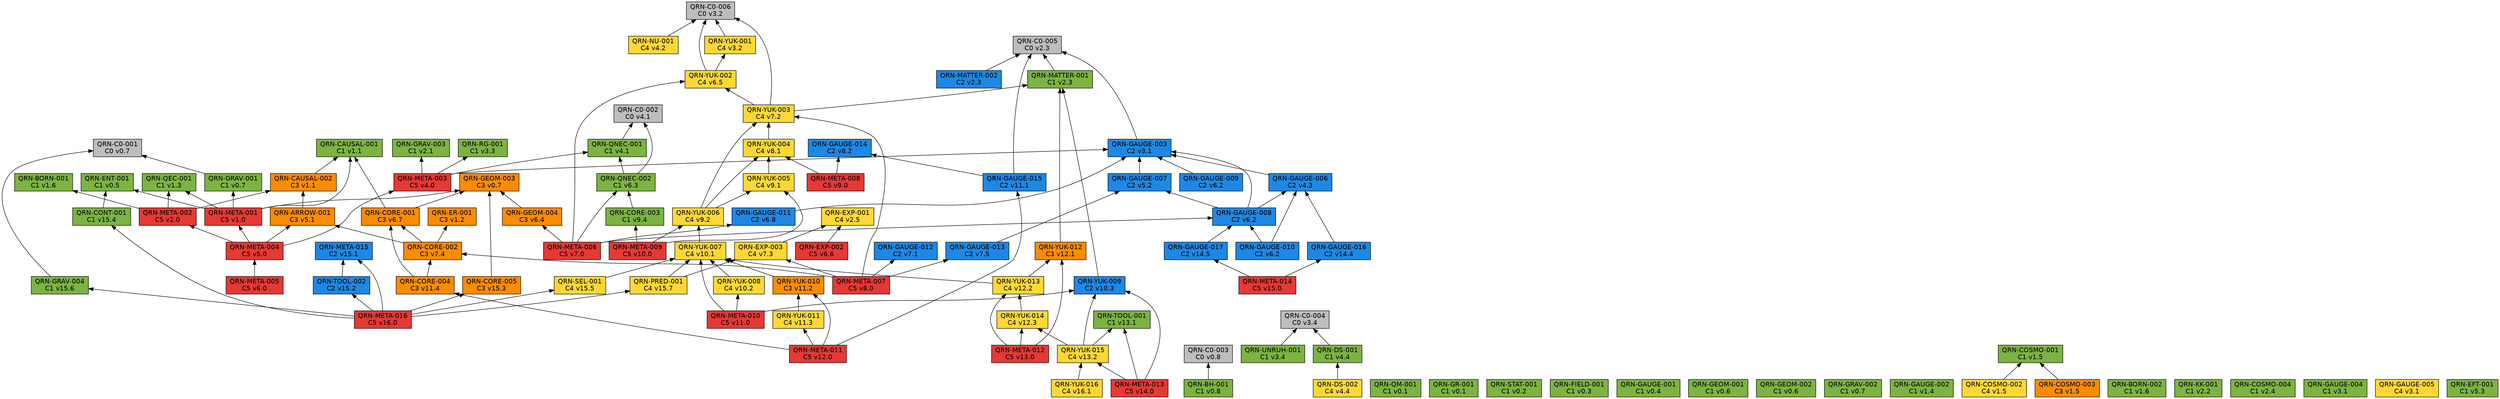
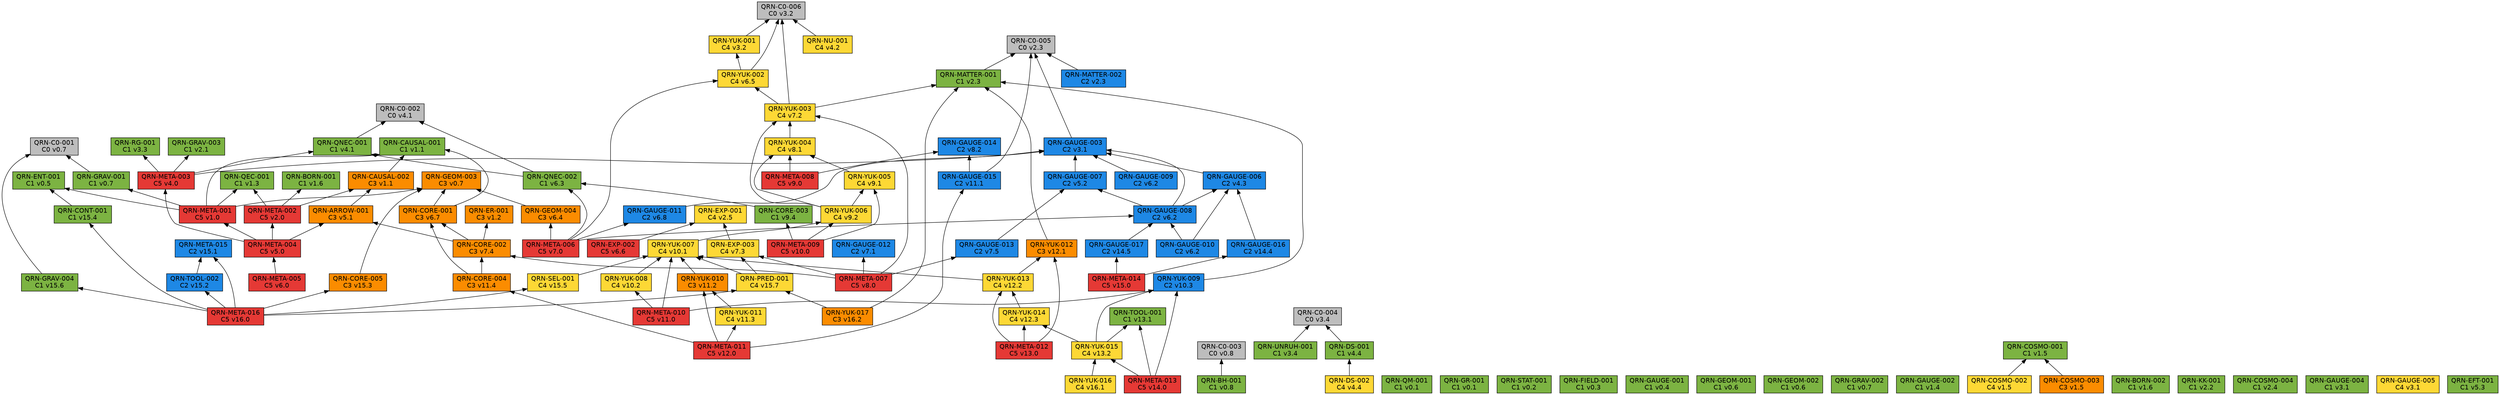
// 自動生成 (dag/report.pl) — QRN 主張依存グラフ
digraph qrn {
  rankdir=BT;
  node [shape=box, style=filled, fontname="Helvetica"];
  "QRN-C0-001" [fillcolor="#bdbdbd", label="QRN-C0-001\nC0 v0.7"];
  "QRN-C0-002" [fillcolor="#bdbdbd", label="QRN-C0-002\nC0 v4.1"];
  "QRN-C0-003" [fillcolor="#bdbdbd", label="QRN-C0-003\nC0 v0.8"];
  "QRN-C0-004" [fillcolor="#bdbdbd", label="QRN-C0-004\nC0 v3.4"];
  "QRN-C0-005" [fillcolor="#bdbdbd", label="QRN-C0-005\nC0 v2.3"];
  "QRN-C0-006" [fillcolor="#bdbdbd", label="QRN-C0-006\nC0 v3.2"];
  "QRN-QM-001" [fillcolor="#7cb342", label="QRN-QM-001\nC1 v0.1"];
  "QRN-GR-001" [fillcolor="#7cb342", label="QRN-GR-001\nC1 v0.1"];
  "QRN-STAT-001" [fillcolor="#7cb342", label="QRN-STAT-001\nC1 v0.2"];
  "QRN-FIELD-001" [fillcolor="#7cb342", label="QRN-FIELD-001\nC1 v0.3"];
  "QRN-GAUGE-001" [fillcolor="#7cb342", label="QRN-GAUGE-001\nC1 v0.4"];
  "QRN-ENT-001" [fillcolor="#7cb342", label="QRN-ENT-001\nC1 v0.5"];
  "QRN-GEOM-001" [fillcolor="#7cb342", label="QRN-GEOM-001\nC1 v0.6"];
  "QRN-GEOM-002" [fillcolor="#7cb342", label="QRN-GEOM-002\nC1 v0.6"];
  "QRN-GEOM-003" [fillcolor="#fb8c00", label="QRN-GEOM-003\nC3 v0.7"];
  "QRN-GRAV-001" [fillcolor="#7cb342", label="QRN-GRAV-001\nC1 v0.7"];
  "QRN-GRAV-002" [fillcolor="#7cb342", label="QRN-GRAV-002\nC1 v0.7"];
  "QRN-BH-001" [fillcolor="#7cb342", label="QRN-BH-001\nC1 v0.8"];
  "QRN-CAUSAL-001" [fillcolor="#7cb342", label="QRN-CAUSAL-001\nC1 v1.1"];
  "QRN-CAUSAL-002" [fillcolor="#fb8c00", label="QRN-CAUSAL-002\nC3 v1.1"];
  "QRN-ER-001" [fillcolor="#fb8c00", label="QRN-ER-001\nC3 v1.2"];
  "QRN-QEC-001" [fillcolor="#7cb342", label="QRN-QEC-001\nC1 v1.3"];
  "QRN-GAUGE-002" [fillcolor="#7cb342", label="QRN-GAUGE-002\nC1 v1.4"];
  "QRN-COSMO-001" [fillcolor="#7cb342", label="QRN-COSMO-001\nC1 v1.5"];
  "QRN-COSMO-002" [fillcolor="#fdd835", label="QRN-COSMO-002\nC4 v1.5"];
  "QRN-COSMO-003" [fillcolor="#fb8c00", label="QRN-COSMO-003\nC3 v1.5"];
  "QRN-BORN-001" [fillcolor="#7cb342", label="QRN-BORN-001\nC1 v1.6"];
  "QRN-BORN-002" [fillcolor="#7cb342", label="QRN-BORN-002\nC1 v1.6"];
  "QRN-GRAV-003" [fillcolor="#7cb342", label="QRN-GRAV-003\nC1 v2.1"];
  "QRN-KK-001" [fillcolor="#7cb342", label="QRN-KK-001\nC1 v2.2"];
  "QRN-MATTER-001" [fillcolor="#7cb342", label="QRN-MATTER-001\nC1 v2.3"];
  "QRN-MATTER-002" [fillcolor="#1e88e5", label="QRN-MATTER-002\nC2 v2.3"];
  "QRN-COSMO-004" [fillcolor="#7cb342", label="QRN-COSMO-004\nC1 v2.4"];
  "QRN-EXP-001" [fillcolor="#fdd835", label="QRN-EXP-001\nC4 v2.5"];
  "QRN-GAUGE-003" [fillcolor="#1e88e5", label="QRN-GAUGE-003\nC2 v3.1"];
  "QRN-GAUGE-004" [fillcolor="#7cb342", label="QRN-GAUGE-004\nC1 v3.1"];
  "QRN-GAUGE-005" [fillcolor="#fdd835", label="QRN-GAUGE-005\nC4 v3.1"];
  "QRN-YUK-001" [fillcolor="#fdd835", label="QRN-YUK-001\nC4 v3.2"];
  "QRN-RG-001" [fillcolor="#7cb342", label="QRN-RG-001\nC1 v3.3"];
  "QRN-UNRUH-001" [fillcolor="#7cb342", label="QRN-UNRUH-001\nC1 v3.4"];
  "QRN-QNEC-001" [fillcolor="#7cb342", label="QRN-QNEC-001\nC1 v4.1"];
  "QRN-NU-001" [fillcolor="#fdd835", label="QRN-NU-001\nC4 v4.2"];
  "QRN-GAUGE-006" [fillcolor="#1e88e5", label="QRN-GAUGE-006\nC2 v4.3"];
  "QRN-DS-001" [fillcolor="#7cb342", label="QRN-DS-001\nC1 v4.4"];
  "QRN-DS-002" [fillcolor="#fdd835", label="QRN-DS-002\nC4 v4.4"];
  "QRN-ARROW-001" [fillcolor="#fb8c00", label="QRN-ARROW-001\nC3 v5.1"];
  "QRN-GAUGE-007" [fillcolor="#1e88e5", label="QRN-GAUGE-007\nC2 v5.2"];
  "QRN-EFT-001" [fillcolor="#7cb342", label="QRN-EFT-001\nC1 v5.3"];
  "QRN-GAUGE-008" [fillcolor="#1e88e5", label="QRN-GAUGE-008\nC2 v6.2"];
  "QRN-GAUGE-009" [fillcolor="#1e88e5", label="QRN-GAUGE-009\nC2 v6.2"];
  "QRN-GAUGE-010" [fillcolor="#1e88e5", label="QRN-GAUGE-010\nC2 v6.2"];
  "QRN-QNEC-002" [fillcolor="#7cb342", label="QRN-QNEC-002\nC1 v6.3"];
  "QRN-GEOM-004" [fillcolor="#fb8c00", label="QRN-GEOM-004\nC3 v6.4"];
  "QRN-YUK-002" [fillcolor="#fdd835", label="QRN-YUK-002\nC4 v6.5"];
  "QRN-EXP-002" [fillcolor="#e53935", label="QRN-EXP-002\nC5 v6.6"];
  "QRN-CORE-001" [fillcolor="#fb8c00", label="QRN-CORE-001\nC3 v6.7"];
  "QRN-GAUGE-011" [fillcolor="#1e88e5", label="QRN-GAUGE-011\nC2 v6.8"];
  "QRN-GAUGE-012" [fillcolor="#1e88e5", label="QRN-GAUGE-012\nC2 v7.1"];
  "QRN-YUK-003" [fillcolor="#fdd835", label="QRN-YUK-003\nC4 v7.2"];
  "QRN-EXP-003" [fillcolor="#fdd835", label="QRN-EXP-003\nC4 v7.3"];
  "QRN-CORE-002" [fillcolor="#fb8c00", label="QRN-CORE-002\nC3 v7.4"];
  "QRN-GAUGE-013" [fillcolor="#1e88e5", label="QRN-GAUGE-013\nC2 v7.5"];
  "QRN-YUK-004" [fillcolor="#fdd835", label="QRN-YUK-004\nC4 v8.1"];
  "QRN-GAUGE-014" [fillcolor="#1e88e5", label="QRN-GAUGE-014\nC2 v8.2"];
  "QRN-META-001" [fillcolor="#e53935", label="QRN-META-001\nC5 v1.0"];
  "QRN-META-002" [fillcolor="#e53935", label="QRN-META-002\nC5 v2.0"];
  "QRN-META-003" [fillcolor="#e53935", label="QRN-META-003\nC5 v4.0"];
  "QRN-META-004" [fillcolor="#e53935", label="QRN-META-004\nC5 v5.0"];
  "QRN-META-005" [fillcolor="#e53935", label="QRN-META-005\nC5 v6.0"];
  "QRN-META-006" [fillcolor="#e53935", label="QRN-META-006\nC5 v7.0"];
  "QRN-META-007" [fillcolor="#e53935", label="QRN-META-007\nC5 v8.0"];
  "QRN-META-008" [fillcolor="#e53935", label="QRN-META-008\nC5 v9.0"];
  "QRN-YUK-005" [fillcolor="#fdd835", label="QRN-YUK-005\nC4 v9.1"];
  "QRN-YUK-006" [fillcolor="#fdd835", label="QRN-YUK-006\nC4 v9.2"];
  "QRN-CORE-003" [fillcolor="#7cb342", label="QRN-CORE-003\nC1 v9.4"];
  "QRN-META-009" [fillcolor="#e53935", label="QRN-META-009\nC5 v10.0"];
  "QRN-YUK-007" [fillcolor="#fdd835", label="QRN-YUK-007\nC4 v10.1"];
  "QRN-YUK-008" [fillcolor="#fdd835", label="QRN-YUK-008\nC4 v10.2"];
  "QRN-YUK-009" [fillcolor="#1e88e5", label="QRN-YUK-009\nC2 v10.3"];
  "QRN-META-010" [fillcolor="#e53935", label="QRN-META-010\nC5 v11.0"];
  "QRN-GAUGE-015" [fillcolor="#1e88e5", label="QRN-GAUGE-015\nC2 v11.1"];
  "QRN-YUK-010" [fillcolor="#fb8c00", label="QRN-YUK-010\nC3 v11.2"];
  "QRN-YUK-011" [fillcolor="#fdd835", label="QRN-YUK-011\nC4 v11.3"];
  "QRN-CORE-004" [fillcolor="#fb8c00", label="QRN-CORE-004\nC3 v11.4"];
  "QRN-META-011" [fillcolor="#e53935", label="QRN-META-011\nC5 v12.0"];
  "QRN-YUK-012" [fillcolor="#fb8c00", label="QRN-YUK-012\nC3 v12.1"];
  "QRN-YUK-013" [fillcolor="#fdd835", label="QRN-YUK-013\nC4 v12.2"];
  "QRN-YUK-014" [fillcolor="#fdd835", label="QRN-YUK-014\nC4 v12.3"];
  "QRN-META-012" [fillcolor="#e53935", label="QRN-META-012\nC5 v13.0"];
  "QRN-TOOL-001" [fillcolor="#7cb342", label="QRN-TOOL-001\nC1 v13.1"];
  "QRN-YUK-015" [fillcolor="#fdd835", label="QRN-YUK-015\nC4 v13.2"];
  "QRN-META-013" [fillcolor="#e53935", label="QRN-META-013\nC5 v14.0"];
  "QRN-GAUGE-016" [fillcolor="#1e88e5", label="QRN-GAUGE-016\nC2 v14.4"];
  "QRN-GAUGE-017" [fillcolor="#1e88e5", label="QRN-GAUGE-017\nC2 v14.5"];
  "QRN-META-014" [fillcolor="#e53935", label="QRN-META-014\nC5 v15.0"];
  "QRN-META-015" [fillcolor="#1e88e5", label="QRN-META-015\nC2 v15.1"];
  "QRN-TOOL-002" [fillcolor="#1e88e5", label="QRN-TOOL-002\nC2 v15.2"];
  "QRN-CORE-005" [fillcolor="#fb8c00", label="QRN-CORE-005\nC3 v15.3"];
  "QRN-CONT-001" [fillcolor="#7cb342", label="QRN-CONT-001\nC1 v15.4"];
  "QRN-SEL-001" [fillcolor="#fdd835", label="QRN-SEL-001\nC4 v15.5"];
  "QRN-GRAV-004" [fillcolor="#7cb342", label="QRN-GRAV-004\nC1 v15.6"];
  "QRN-PRED-001" [fillcolor="#fdd835", label="QRN-PRED-001\nC4 v15.7"];
  "QRN-META-016" [fillcolor="#e53935", label="QRN-META-016\nC5 v16.0"];
  "QRN-YUK-016" [fillcolor="#fdd835", label="QRN-YUK-016\nC4 v16.1"];
+   "QRN-YUK-017" [fillcolor="#fb8c00", label="QRN-YUK-017\nC3 v16.2"];
  "QRN-GRAV-001" -> "QRN-C0-001";
  "QRN-BH-001" -> "QRN-C0-003";
  "QRN-CAUSAL-002" -> "QRN-CAUSAL-001";
  "QRN-COSMO-002" -> "QRN-COSMO-001";
  "QRN-COSMO-003" -> "QRN-COSMO-001";
  "QRN-MATTER-001" -> "QRN-C0-005";
  "QRN-MATTER-002" -> "QRN-C0-005";
  "QRN-GAUGE-003" -> "QRN-C0-005";
  "QRN-YUK-001" -> "QRN-C0-006";
  "QRN-UNRUH-001" -> "QRN-C0-004";
  "QRN-QNEC-001" -> "QRN-C0-002";
  "QRN-NU-001" -> "QRN-C0-006";
  "QRN-GAUGE-006" -> "QRN-GAUGE-003";
  "QRN-DS-001" -> "QRN-C0-004";
  "QRN-DS-002" -> "QRN-DS-001";
  "QRN-ARROW-001" -> "QRN-CAUSAL-002";
  "QRN-GAUGE-007" -> "QRN-GAUGE-003";
  "QRN-GAUGE-008" -> "QRN-GAUGE-003";
  "QRN-GAUGE-008" -> "QRN-GAUGE-006";
  "QRN-GAUGE-008" -> "QRN-GAUGE-007";
  "QRN-GAUGE-009" -> "QRN-GAUGE-003";
  "QRN-GAUGE-010" -> "QRN-GAUGE-006";
  "QRN-GAUGE-010" -> "QRN-GAUGE-008";
  "QRN-QNEC-002" -> "QRN-C0-002";
  "QRN-QNEC-002" -> "QRN-QNEC-001";
  "QRN-GEOM-004" -> "QRN-GEOM-003";
  "QRN-YUK-002" -> "QRN-C0-006";
  "QRN-YUK-002" -> "QRN-YUK-001";
  "QRN-EXP-002" -> "QRN-EXP-001";
  "QRN-CORE-001" -> "QRN-GEOM-003";
  "QRN-CORE-001" -> "QRN-CAUSAL-001";
  "QRN-GAUGE-011" -> "QRN-GAUGE-003";
  "QRN-YUK-003" -> "QRN-C0-006";
  "QRN-YUK-003" -> "QRN-MATTER-001";
  "QRN-YUK-003" -> "QRN-YUK-002";
  "QRN-EXP-003" -> "QRN-EXP-001";
  "QRN-CORE-002" -> "QRN-CORE-001";
  "QRN-CORE-002" -> "QRN-ER-001";
  "QRN-CORE-002" -> "QRN-ARROW-001";
  "QRN-GAUGE-013" -> "QRN-GAUGE-007";
  "QRN-YUK-004" -> "QRN-YUK-003";
  "QRN-META-001" -> "QRN-GEOM-003";
  "QRN-META-001" -> "QRN-GRAV-001";
  "QRN-META-001" -> "QRN-CAUSAL-001";
  "QRN-META-001" -> "QRN-QEC-001";
  "QRN-META-001" -> "QRN-ENT-001";
  "QRN-META-002" -> "QRN-QEC-001";
  "QRN-META-002" -> "QRN-BORN-001";
  "QRN-META-002" -> "QRN-CAUSAL-002";
  "QRN-META-003" -> "QRN-GAUGE-003";
  "QRN-META-003" -> "QRN-RG-001";
  "QRN-META-003" -> "QRN-QNEC-001";
  "QRN-META-003" -> "QRN-GRAV-003";
  "QRN-META-004" -> "QRN-META-001";
  "QRN-META-004" -> "QRN-META-002";
  "QRN-META-004" -> "QRN-META-003";
  "QRN-META-004" -> "QRN-ARROW-001";
  "QRN-META-005" -> "QRN-META-004";
  "QRN-META-006" -> "QRN-GAUGE-008";
  "QRN-META-006" -> "QRN-QNEC-002";
  "QRN-META-006" -> "QRN-GEOM-004";
  "QRN-META-006" -> "QRN-YUK-002";
  "QRN-META-006" -> "QRN-GAUGE-011";
  "QRN-META-007" -> "QRN-GAUGE-012";
  "QRN-META-007" -> "QRN-YUK-003";
  "QRN-META-007" -> "QRN-EXP-003";
  "QRN-META-007" -> "QRN-CORE-002";
  "QRN-META-007" -> "QRN-GAUGE-013";
  "QRN-META-008" -> "QRN-YUK-004";
  "QRN-META-008" -> "QRN-GAUGE-014";
  "QRN-YUK-005" -> "QRN-YUK-004";
  "QRN-YUK-006" -> "QRN-YUK-003";
  "QRN-YUK-006" -> "QRN-YUK-004";
  "QRN-YUK-006" -> "QRN-YUK-005";
  "QRN-CORE-003" -> "QRN-QNEC-002";
  "QRN-META-009" -> "QRN-YUK-005";
  "QRN-META-009" -> "QRN-YUK-006";
  "QRN-META-009" -> "QRN-CORE-003";
  "QRN-YUK-007" -> "QRN-YUK-006";
  "QRN-YUK-008" -> "QRN-YUK-007";
  "QRN-YUK-009" -> "QRN-MATTER-001";
  "QRN-META-010" -> "QRN-YUK-007";
  "QRN-META-010" -> "QRN-YUK-008";
  "QRN-META-010" -> "QRN-YUK-009";
  "QRN-GAUGE-015" -> "QRN-C0-005";
  "QRN-GAUGE-015" -> "QRN-GAUGE-014";
  "QRN-YUK-010" -> "QRN-YUK-007";
  "QRN-YUK-011" -> "QRN-YUK-010";
  "QRN-CORE-004" -> "QRN-CORE-001";
  "QRN-CORE-004" -> "QRN-CORE-002";
  "QRN-META-011" -> "QRN-GAUGE-015";
  "QRN-META-011" -> "QRN-YUK-010";
  "QRN-META-011" -> "QRN-YUK-011";
  "QRN-META-011" -> "QRN-CORE-004";
  "QRN-YUK-012" -> "QRN-MATTER-001";
  "QRN-YUK-013" -> "QRN-YUK-012";
  "QRN-YUK-013" -> "QRN-YUK-007";
  "QRN-YUK-014" -> "QRN-YUK-013";
  "QRN-META-012" -> "QRN-YUK-012";
  "QRN-META-012" -> "QRN-YUK-013";
  "QRN-META-012" -> "QRN-YUK-014";
  "QRN-YUK-015" -> "QRN-YUK-014";
  "QRN-YUK-015" -> "QRN-TOOL-001";
  "QRN-YUK-015" -> "QRN-YUK-009";
  "QRN-META-013" -> "QRN-YUK-015";
  "QRN-META-013" -> "QRN-TOOL-001";
  "QRN-META-013" -> "QRN-YUK-009";
  "QRN-GAUGE-016" -> "QRN-GAUGE-006";
  "QRN-GAUGE-017" -> "QRN-GAUGE-008";
  "QRN-META-014" -> "QRN-GAUGE-016";
  "QRN-META-014" -> "QRN-GAUGE-017";
  "QRN-TOOL-002" -> "QRN-META-015";
  "QRN-CORE-005" -> "QRN-GEOM-003";
  "QRN-CONT-001" -> "QRN-ENT-001";
  "QRN-SEL-001" -> "QRN-YUK-007";
  "QRN-GRAV-004" -> "QRN-C0-001";
  "QRN-PRED-001" -> "QRN-YUK-007";
  "QRN-PRED-001" -> "QRN-EXP-003";
  "QRN-META-016" -> "QRN-META-015";
  "QRN-META-016" -> "QRN-TOOL-002";
  "QRN-META-016" -> "QRN-CORE-005";
  "QRN-META-016" -> "QRN-CONT-001";
  "QRN-META-016" -> "QRN-SEL-001";
  "QRN-META-016" -> "QRN-GRAV-004";
  "QRN-META-016" -> "QRN-PRED-001";
  "QRN-YUK-016" -> "QRN-YUK-015";
+   "QRN-YUK-017" -> "QRN-MATTER-001";
+   "QRN-YUK-017" -> "QRN-PRED-001";
}
